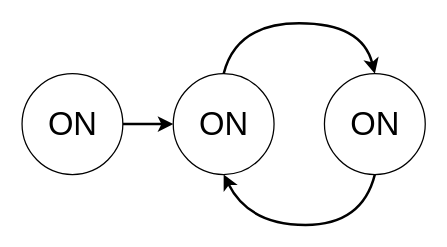
Above: 未命名绘图.drawio in trevorHsu/draftChart (draw.io), before the change. Source tidied: cells renumbered, new cells numbered last; positions are measured from the earlier drawing's top-left corner, leaving out a move shared by most shapes. Both pictures are drawn from the tidied source at 126%, with x=0, y=0 at pixel (21, 23).
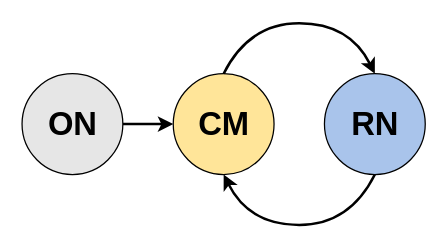
Above is the later version.

Commit message:
更新未命名绘图.drawio

What changed in the source:
```diff
@@
 <mxGraphModel>
   <root>
     <mxCell id="0" />
     <mxCell id="1" parent="0" />
     <mxCell id="2" style="edgeStyle=orthogonalEdgeStyle;rounded=0;jettySize=auto;html=1;fontSize=26;strokeWidth=2;entryX=0;entryY=0.5;entryDx=0;entryDy=0;" parent="1" edge="1" source="3" target="5">
       <mxGeometry relative="1" as="geometry" />
     </mxCell>
-    <mxCell id="3" style="ellipse;whiteSpace=wrap;html=1;" parent="1" vertex="1">
+    <mxCell id="3" style="ellipse;whiteSpace=wrap;html=1;fillColor=#E6E6E6;" parent="1" vertex="1">
       <mxGeometry y="40" width="80" height="80" as="geometry" />
     </mxCell>
-    <mxCell id="4" value="&lt;font style=&quot;font-size: 26px;&quot;&gt;ON&lt;/font&gt;" style="text;html=1;align=center;verticalAlign=middle;fillColor=none;strokeColor=none;rounded=0;" parent="1" vertex="1">
+    <mxCell id="4" value="&lt;font style=&quot;font-size: 26px;&quot;&gt;&lt;b&gt;ON&lt;/b&gt;&lt;/font&gt;" style="text;html=1;align=center;verticalAlign=middle;fillColor=none;strokeColor=none;rounded=0;" parent="1" vertex="1">
       <mxGeometry x="10" y="60" width="60" height="40" as="geometry" />
     </mxCell>
-    <mxCell id="5" style="ellipse;whiteSpace=wrap;html=1;" parent="1" vertex="1">
+    <mxCell id="5" style="ellipse;whiteSpace=wrap;html=1;fillColor=#FFE599;" parent="1" vertex="1">
       <mxGeometry x="120" y="40" width="80" height="80" as="geometry" />
     </mxCell>
-    <mxCell id="6" value="&lt;font style=&quot;font-size: 26px;&quot;&gt;ON&lt;/font&gt;" style="text;html=1;align=center;verticalAlign=middle;fillColor=none;strokeColor=none;rounded=0;" parent="1" vertex="1">
+    <mxCell id="6" value="&lt;font style=&quot;font-size: 26px;&quot;&gt;&lt;b&gt;CM&lt;/b&gt;&lt;/font&gt;" style="text;html=1;align=center;verticalAlign=middle;fillColor=none;strokeColor=none;rounded=0;" parent="1" vertex="1">
       <mxGeometry x="130" y="60" width="60" height="40" as="geometry" />
     </mxCell>
-    <mxCell id="7" style="ellipse;whiteSpace=wrap;html=1;" parent="1" vertex="1">
+    <mxCell id="7" style="ellipse;whiteSpace=wrap;html=1;fillColor=#A9C4EB;" parent="1" vertex="1">
       <mxGeometry x="240" y="40" width="80" height="80" as="geometry" />
     </mxCell>
-    <mxCell id="8" value="&lt;font style=&quot;font-size: 26px;&quot;&gt;ON&lt;/font&gt;" style="text;html=1;align=center;verticalAlign=middle;fillColor=none;strokeColor=none;rounded=0;" parent="1" vertex="1">
+    <mxCell id="8" value="&lt;font style=&quot;font-size: 26px;&quot;&gt;&lt;b&gt;RN&lt;/b&gt;&lt;/font&gt;" style="text;html=1;align=center;verticalAlign=middle;fillColor=none;strokeColor=none;rounded=0;" parent="1" vertex="1">
       <mxGeometry x="250" y="60" width="60" height="40" as="geometry" />
     </mxCell>
     <mxCell id="9" style="curved=1;endArrow=classic;html=1;rounded=0;strokeWidth=2;fontSize=26;entryX=0.5;entryY=0;entryDx=0;entryDy=0;exitX=0.5;exitY=0;exitDx=0;exitDy=0;" parent="1" edge="1" source="5" target="7">
       <mxGeometry relative="1" as="geometry">
         <Array as="points">
-          <mxPoint x="170" />
-          <mxPoint x="270" />
+          <mxPoint x="180" />
+          <mxPoint x="260" />
         </Array>
       </mxGeometry>
     </mxCell>
     <mxCell id="10" style="curved=1;endArrow=classic;html=1;rounded=0;strokeWidth=2;fontSize=26;entryX=0.5;entryY=1;entryDx=0;entryDy=0;" parent="1" edge="1" target="5">
       <mxGeometry relative="1" as="geometry">
         <mxPoint x="280" y="120" as="sourcePoint" />
         <Array as="points">
-          <mxPoint x="270" y="160" />
+          <mxPoint x="260" y="160" />
           <mxPoint x="180" y="160" />
         </Array>
       </mxGeometry>
     </mxCell>
   </root>
 </mxGraphModel>
```
